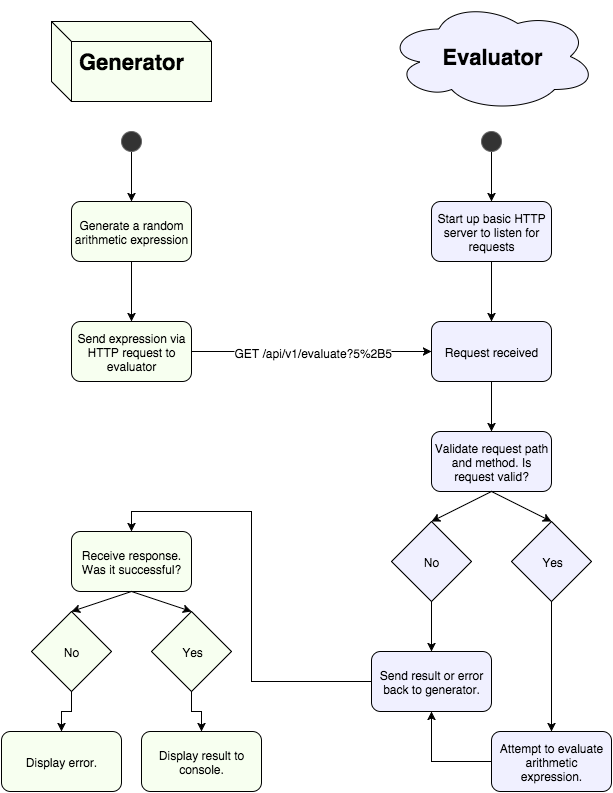
This is activity.png from alarner/generator-evaluator, a draw.io export, as it was before one commit. Source tidied: cells renumbered, new cells last; positions are measured from the earlier drawing's top-left corner, leaving out a move shared by most shapes. Source of this version:
```xml
<mxGraphModel background="#ffffff">
  <root>
    <mxCell id="0" />
    <mxCell id="1" parent="0" />
    <mxCell id="2" style="edgeStyle=orthogonalEdgeStyle;rounded=0;html=1;jettySize=auto;" parent="1" edge="1" source="3" target="6">
      <mxGeometry relative="1" as="geometry" />
    </mxCell>
    <mxCell id="3" value="Generate a random arithmetic expression" style="rounded=1;whiteSpace=wrap;html=1;fillColor=#F7FFF0;" parent="1" vertex="1">
      <mxGeometry x="70" y="200" width="120" height="60" as="geometry" />
    </mxCell>
    <mxCell id="4" style="edgeStyle=orthogonalEdgeStyle;rounded=0;html=1;jettySize=auto;entryX=0;entryY=0.5;" parent="1" edge="1" source="6" target="14">
      <mxGeometry relative="1" as="geometry" />
    </mxCell>
    <mxCell id="5" value="GET /api/v1/evaluate?5%2B5" style="text;html=1;align=center;verticalAlign=middle;labelBackgroundColor=#ffffff;" parent="4" vertex="1">
      <mxGeometry x="0.01" relative="1" as="geometry" />
    </mxCell>
    <mxCell id="6" value="Send expression via HTTP request to evaluator" style="rounded=1;whiteSpace=wrap;html=1;fillColor=#F7FFF0;" parent="1" vertex="1">
      <mxGeometry x="70" y="320" width="120" height="60" as="geometry" />
    </mxCell>
    <mxCell id="7" style="edgeStyle=orthogonalEdgeStyle;rounded=0;html=1;jettySize=auto;" parent="1" edge="1" source="8" target="3">
      <mxGeometry relative="1" as="geometry" />
    </mxCell>
    <mxCell id="8" style="ellipse;whiteSpace=wrap;html=1;plain-gray;gradientColor=none;fillColor=#333333;" parent="1" vertex="1">
      <mxGeometry x="120" y="130" width="20" height="20" as="geometry" />
    </mxCell>
    <mxCell id="9" style="edgeStyle=orthogonalEdgeStyle;rounded=0;html=1;jettySize=auto;" parent="1" edge="1" source="10" target="12">
      <mxGeometry relative="1" as="geometry" />
    </mxCell>
    <mxCell id="10" style="ellipse;whiteSpace=wrap;html=1;plain-gray;gradientColor=none;fillColor=#333333;" parent="1" vertex="1">
      <mxGeometry x="480" y="130" width="20" height="20" as="geometry" />
    </mxCell>
    <mxCell id="11" style="edgeStyle=orthogonalEdgeStyle;rounded=0;html=1;jettySize=auto;" parent="1" edge="1" source="12" target="14">
      <mxGeometry relative="1" as="geometry" />
    </mxCell>
    <mxCell id="12" value="Start up basic HTTP server to listen for requests" style="rounded=1;whiteSpace=wrap;html=1;fillColor=#F0F0FF;gradientColor=none;" parent="1" vertex="1">
      <mxGeometry x="430" y="200" width="120" height="60" as="geometry" />
    </mxCell>
    <mxCell id="13" style="edgeStyle=orthogonalEdgeStyle;rounded=0;html=1;jettySize=auto;" parent="1" edge="1" source="14" target="15">
      <mxGeometry relative="1" as="geometry" />
    </mxCell>
    <mxCell id="14" value="Request received" style="rounded=1;whiteSpace=wrap;html=1;fillColor=#F0F0FF;gradientColor=none;" parent="1" vertex="1">
      <mxGeometry x="430" y="320" width="120" height="60" as="geometry" />
    </mxCell>
    <mxCell id="15" value="Validate request path and method. Is request valid?" style="rounded=1;whiteSpace=wrap;html=1;fillColor=#F0F0FF;gradientColor=none;" parent="1" vertex="1">
      <mxGeometry x="430" y="430" width="120" height="60" as="geometry" />
    </mxCell>
    <mxCell id="16" style="edgeStyle=orthogonalEdgeStyle;rounded=0;html=1;jettySize=auto;entryX=0.5;entryY=0;" parent="1" edge="1" source="17" target="30">
      <mxGeometry relative="1" as="geometry" />
    </mxCell>
    <mxCell id="17" value="Yes" style="rhombus;whiteSpace=wrap;html=1;fillColor=#F0F0FF;gradientColor=none;" parent="1" vertex="1">
      <mxGeometry x="510" y="520" width="80" height="80" as="geometry" />
    </mxCell>
    <mxCell id="18" style="edgeStyle=orthogonalEdgeStyle;rounded=0;html=1;jettySize=auto;entryX=0.5;entryY=0;" parent="1" edge="1" source="19" target="34">
      <mxGeometry relative="1" as="geometry" />
    </mxCell>
    <mxCell id="19" value="No" style="rhombus;whiteSpace=wrap;html=1;fillColor=#F0F0FF;gradientColor=none;" parent="1" vertex="1">
      <mxGeometry x="390" y="520" width="80" height="80" as="geometry" />
    </mxCell>
    <mxCell id="20" value="Receive response. Was it successful?" style="rounded=1;whiteSpace=wrap;html=1;fillColor=#F7FFF0;gradientColor=none;" parent="1" vertex="1">
      <mxGeometry x="70" y="530" width="120" height="60" as="geometry" />
    </mxCell>
    <mxCell id="21" style="edgeStyle=orthogonalEdgeStyle;rounded=0;html=1;jettySize=auto;" parent="1" edge="1" source="22" target="26">
      <mxGeometry relative="1" as="geometry" />
    </mxCell>
    <mxCell id="22" value="Yes" style="rhombus;whiteSpace=wrap;html=1;fillColor=#F7FFF0;gradientColor=none;" parent="1" vertex="1">
      <mxGeometry x="150" y="610" width="80" height="80" as="geometry" />
    </mxCell>
    <mxCell id="23" style="edgeStyle=orthogonalEdgeStyle;rounded=0;html=1;jettySize=auto;" parent="1" edge="1" source="24" target="25">
      <mxGeometry relative="1" as="geometry" />
    </mxCell>
    <mxCell id="24" value="No" style="rhombus;whiteSpace=wrap;html=1;fillColor=#F7FFF0;gradientColor=none;" parent="1" vertex="1">
      <mxGeometry x="30" y="610" width="80" height="80" as="geometry" />
    </mxCell>
    <mxCell id="25" value="Display error." style="rounded=1;whiteSpace=wrap;html=1;fillColor=#F7FFF0;gradientColor=none;" parent="1" vertex="1">
      <mxGeometry y="730" width="120" height="60" as="geometry" />
    </mxCell>
    <mxCell id="26" value="Display result to console." style="rounded=1;whiteSpace=wrap;html=1;fillColor=#F7FFF0;gradientColor=none;" parent="1" vertex="1">
      <mxGeometry x="140" y="730" width="120" height="60" as="geometry" />
    </mxCell>
    <mxCell id="27" style="endArrow=classic;html=1;exitX=0.5;exitY=1;entryX=0.5;entryY=0;" parent="1" edge="1" source="20" target="22">
      <mxGeometry relative="1" as="geometry" />
    </mxCell>
    <mxCell id="28" style="endArrow=classic;html=1;entryX=0.5;entryY=0;" parent="1" edge="1" target="24">
      <mxGeometry x="220" y="620" as="geometry">
        <mxPoint x="130" y="590" as="sourcePoint" />
      </mxGeometry>
    </mxCell>
    <mxCell id="29" style="edgeStyle=orthogonalEdgeStyle;rounded=0;html=1;jettySize=auto;entryX=0.5;entryY=1;" parent="1" edge="1" source="30" target="34">
      <mxGeometry relative="1" as="geometry">
        <Array as="points">
          <mxPoint x="430" y="760" />
        </Array>
      </mxGeometry>
    </mxCell>
    <mxCell id="30" value="Attempt to evaluate arithmetic expression." style="rounded=1;whiteSpace=wrap;html=1;fillColor=#F0F0FF;gradientColor=none;" parent="1" vertex="1">
      <mxGeometry x="490" y="730" width="120" height="60" as="geometry" />
    </mxCell>
    <mxCell id="31" style="endArrow=classic;html=1;exitX=0.5;exitY=1;entryX=0.5;entryY=0;" parent="1" edge="1" source="15" target="19">
      <mxGeometry relative="1" as="geometry" />
    </mxCell>
    <mxCell id="32" style="endArrow=classic;html=1;exitX=0.5;exitY=1;entryX=0.5;entryY=0;" parent="1" edge="1" source="15" target="17">
      <mxGeometry x="520" y="520" as="geometry" />
    </mxCell>
    <mxCell id="33" style="edgeStyle=orthogonalEdgeStyle;rounded=0;html=1;jettySize=auto;entryX=0.5;entryY=0;" parent="1" edge="1" source="34" target="20">
      <mxGeometry relative="1" as="geometry">
        <Array as="points">
          <mxPoint x="250" y="680" />
          <mxPoint x="250" y="510" />
          <mxPoint x="130" y="510" />
        </Array>
      </mxGeometry>
    </mxCell>
    <mxCell id="34" value="Send result or error back to generator." style="rounded=1;whiteSpace=wrap;html=1;fillColor=#F0F0FF;gradientColor=none;" parent="1" vertex="1">
      <mxGeometry x="370" y="650" width="120" height="60" as="geometry" />
    </mxCell>
    <mxCell id="35" value="&lt;b&gt;&lt;font style=&quot;font-size: 22px&quot;&gt;Evaluator&lt;/font&gt;&lt;/b&gt;" style="ellipse;shape=cloud;whiteSpace=wrap;html=1;fillColor=#F0F0FF;gradientColor=none;" parent="1" vertex="1">
      <mxGeometry x="385" width="210" height="110" as="geometry" />
    </mxCell>
    <mxCell id="36" value="&lt;b&gt;&lt;font style=&quot;font-size: 22px&quot;&gt;Generator&lt;/font&gt;&lt;/b&gt;" style="shape=cube;whiteSpace=wrap;html=1;fillColor=#F7FFF0;gradientColor=none;" parent="1" vertex="1">
      <mxGeometry x="50" y="20" width="160" height="80" as="geometry" />
    </mxCell>
  </root>
</mxGraphModel>
```
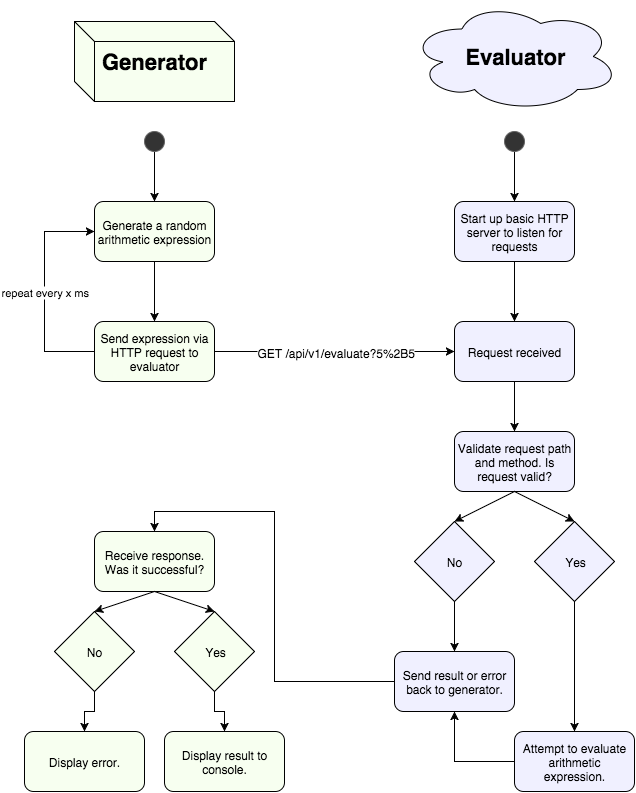
The same file after the commit.

Commit message:
Update activity diagram

Change to the diagram source:
```diff
@@ -14,6 +14,14 @@
     <mxCell id="5" value="GET /api/v1/evaluate?5%2B5" style="text;html=1;align=center;verticalAlign=middle;labelBackgroundColor=#ffffff;" parent="4" vertex="1">
       <mxGeometry x="0.01" relative="1" as="geometry" />
     </mxCell>
+    <mxCell id="37" value="repeat every x ms" style="edgeStyle=orthogonalEdgeStyle;rounded=0;html=1;jettySize=auto;entryX=0;entryY=0.5;" parent="1" edge="1" source="6" target="3">
+      <mxGeometry relative="1" as="geometry">
+        <Array as="points">
+          <mxPoint x="20" y="350" />
+          <mxPoint x="20" y="230" />
+        </Array>
+      </mxGeometry>
+    </mxCell>
     <mxCell id="6" value="Send expression via HTTP request to evaluator" style="rounded=1;whiteSpace=wrap;html=1;fillColor=#F7FFF0;" parent="1" vertex="1">
       <mxGeometry x="70" y="320" width="120" height="60" as="geometry" />
     </mxCell>
```
